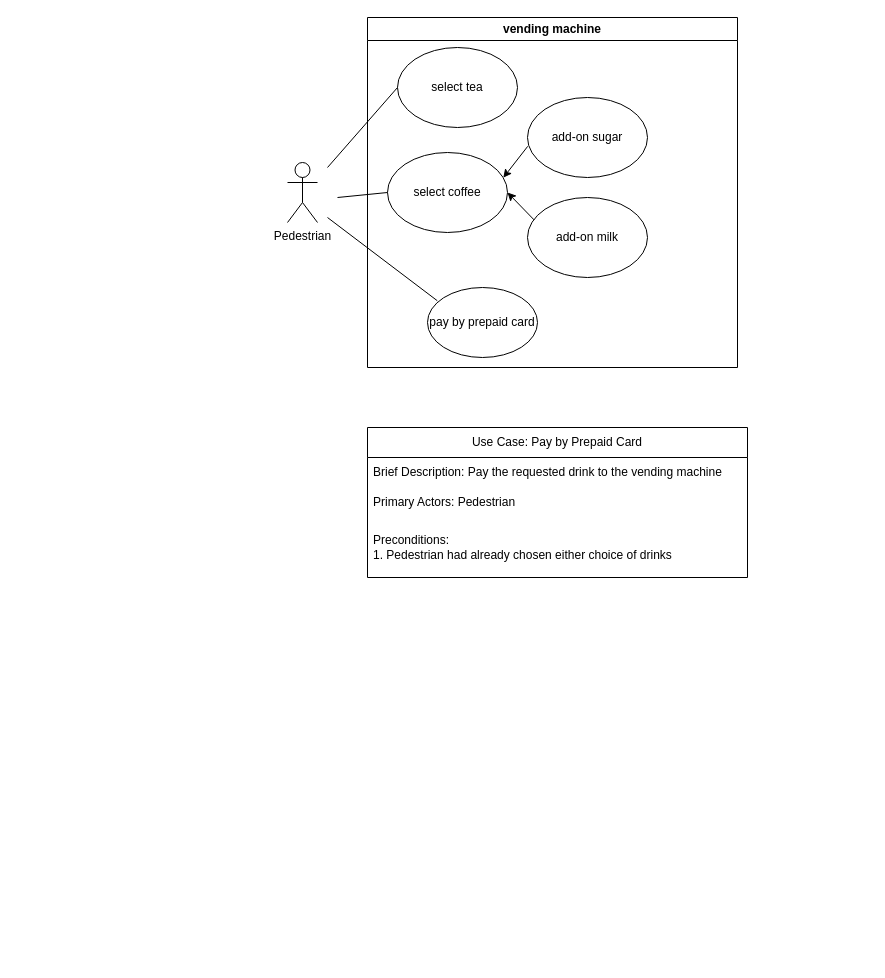
Above: usecase_vendingmachine.drawio in gablmao/MDX-Lab-Week10 (draw.io), before the change. Source tidied: cells renumbered, new cells numbered last; positions are measured from the earlier drawing's top-left corner, leaving out a move shared by most shapes. Both pictures are drawn from the tidied source at 100%, with x=0, y=0 at pixel (287, 17).
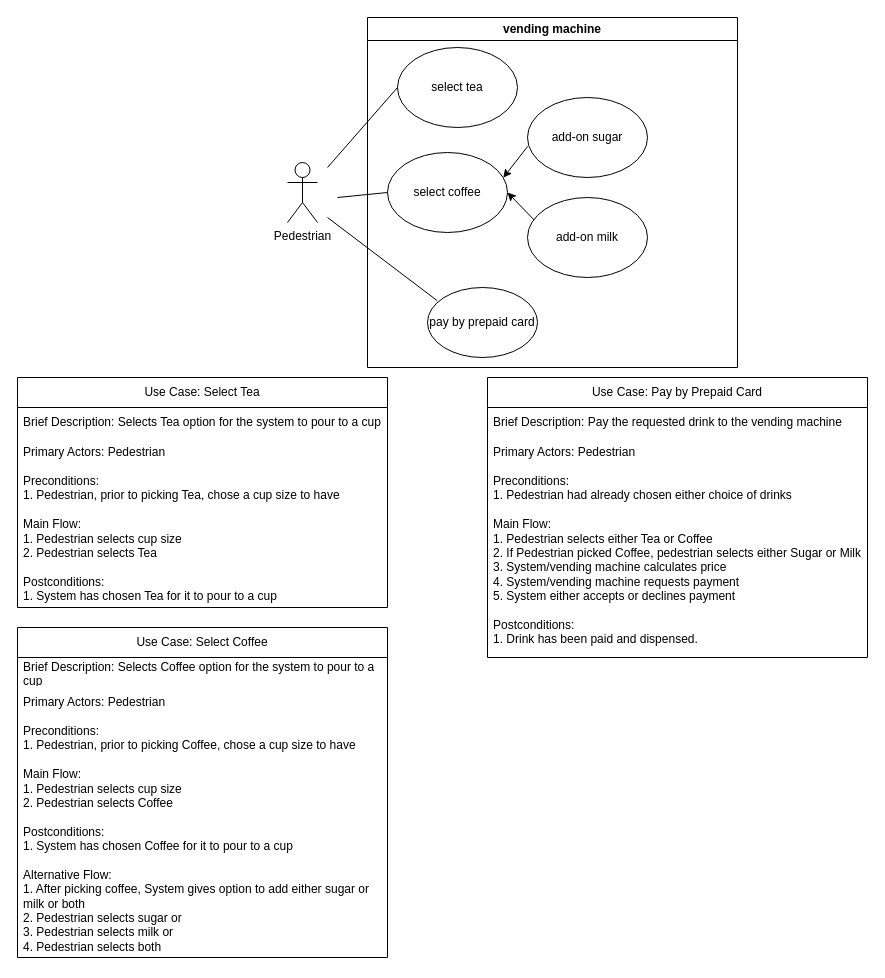
The same page after the edit.

Commit message:
Added use case specifications for usecase_vendingmachine.drawio

Diff of the diagram source:
```diff
@@
     <mxCell id="14" value="Use Case: Pay by Prepaid Card" style="swimlane;fontStyle=0;horizontal=1;startSize=30;whiteSpace=wrap;html=1;" parent="1" vertex="1">
-      <mxGeometry x="80" y="410" width="380" height="150" as="geometry" />
+      <mxGeometry x="200" y="360" width="380" height="280" as="geometry" />
     </mxCell>
@@
-    <mxCell id="17" value="Preconditions:&lt;br&gt;1. Pedestrian had already chosen either choice of drinks" style="text;strokeColor=none;fillColor=none;align=left;verticalAlign=middle;spacingLeft=4;spacingRight=4;overflow=hidden;whiteSpace=wrap;html=1;" parent="14" vertex="1">
-      <mxGeometry y="90" width="380" height="60" as="geometry" />
+    <mxCell id="17" value="Preconditions:&lt;br&gt;1. Pedestrian had already chosen either choice of drinks&lt;br&gt;&lt;br&gt;Main Flow:&lt;br&gt;1. Pedestrian selects either Tea or Coffee&lt;br&gt;2. If Pedestrian picked Coffee, pedestrian selects either Sugar or Milk&lt;br&gt;3. System/vending machine calculates price&lt;br&gt;4. System/vending machine requests payment&lt;br&gt;5. System either accepts or declines payment&lt;br&gt;&lt;br&gt;Postconditions:&lt;br&gt;1. Drink has been paid and dispensed." style="text;strokeColor=none;fillColor=none;align=left;verticalAlign=top;spacingLeft=4;spacingRight=4;overflow=hidden;whiteSpace=wrap;html=1;" parent="14" vertex="1">
+      <mxGeometry y="90" width="380" height="190" as="geometry" />
     </mxCell>
+    <mxCell id="18" value="Use Case: Select Tea" style="swimlane;fontStyle=0;horizontal=1;startSize=30;whiteSpace=wrap;html=1;" parent="1" vertex="1">
+      <mxGeometry x="-270" y="360" width="370" height="230" as="geometry" />
+    </mxCell>
+    <mxCell id="19" value="Brief Description: Selects Tea option for the system to pour to a cup" style="text;strokeColor=none;fillColor=none;align=left;verticalAlign=middle;spacingLeft=4;spacingRight=4;overflow=hidden;whiteSpace=wrap;html=1;" parent="18" vertex="1">
+      <mxGeometry y="30" width="370" height="30" as="geometry" />
+    </mxCell>
+    <mxCell id="20" value="Primary Actors: Pedestrian" style="text;strokeColor=none;fillColor=none;align=left;verticalAlign=middle;spacingLeft=4;spacingRight=4;overflow=hidden;whiteSpace=wrap;html=1;" parent="18" vertex="1">
+      <mxGeometry y="60" width="370" height="30" as="geometry" />
+    </mxCell>
+    <mxCell id="21" value="Preconditions:&lt;br&gt;1. Pedestrian, prior to picking Tea, chose a cup size to have&lt;br&gt;&lt;br&gt;Main Flow:&lt;br&gt;1. Pedestrian selects cup size&lt;br&gt;2. Pedestrian selects Tea&lt;br&gt;&lt;br&gt;Postconditions:&lt;br&gt;1. System has chosen Tea for it to pour to a cup" style="text;strokeColor=none;fillColor=none;align=left;verticalAlign=top;spacingLeft=4;spacingRight=4;overflow=hidden;whiteSpace=wrap;html=1;" parent="18" vertex="1">
+      <mxGeometry y="90" width="370" height="140" as="geometry" />
+    </mxCell>
+    <mxCell id="22" value="Use Case: Select Coffee" style="swimlane;fontStyle=0;horizontal=1;startSize=30;whiteSpace=wrap;html=1;" parent="1" vertex="1">
+      <mxGeometry x="-270" y="610" width="370" height="330" as="geometry" />
+    </mxCell>
+    <mxCell id="23" value="Brief Description: Selects Coffee option for the system to pour to a cup" style="text;strokeColor=none;fillColor=none;align=left;verticalAlign=middle;spacingLeft=4;spacingRight=4;overflow=hidden;whiteSpace=wrap;html=1;" parent="22" vertex="1">
+      <mxGeometry y="30" width="370" height="30" as="geometry" />
+    </mxCell>
+    <mxCell id="24" value="Primary Actors: Pedestrian" style="text;strokeColor=none;fillColor=none;align=left;verticalAlign=middle;spacingLeft=4;spacingRight=4;overflow=hidden;whiteSpace=wrap;html=1;" parent="22" vertex="1">
+      <mxGeometry y="60" width="370" height="30" as="geometry" />
+    </mxCell>
+    <mxCell id="25" value="Preconditions:&lt;br&gt;1. Pedestrian, prior to picking Coffee, chose a cup size to have&lt;br&gt;&lt;br&gt;Main Flow:&lt;br&gt;1. Pedestrian selects cup size&lt;br&gt;2. Pedestrian selects Coffee&lt;br&gt;&lt;br&gt;Postconditions:&lt;br&gt;1. System has chosen Coffee for it to pour to a cup&lt;br&gt;&lt;br&gt;Alternative Flow:&lt;br&gt;1. After picking coffee, System gives option to add either sugar or milk or both&lt;br&gt;2. Pedestrian selects sugar or&lt;br&gt;3. Pedestrian selects milk or&lt;br&gt;4. Pedestrian selects both" style="text;strokeColor=none;fillColor=none;align=left;verticalAlign=top;spacingLeft=4;spacingRight=4;overflow=hidden;whiteSpace=wrap;html=1;" parent="22" vertex="1">
+      <mxGeometry y="90" width="370" height="240" as="geometry" />
+    </mxCell>
```
